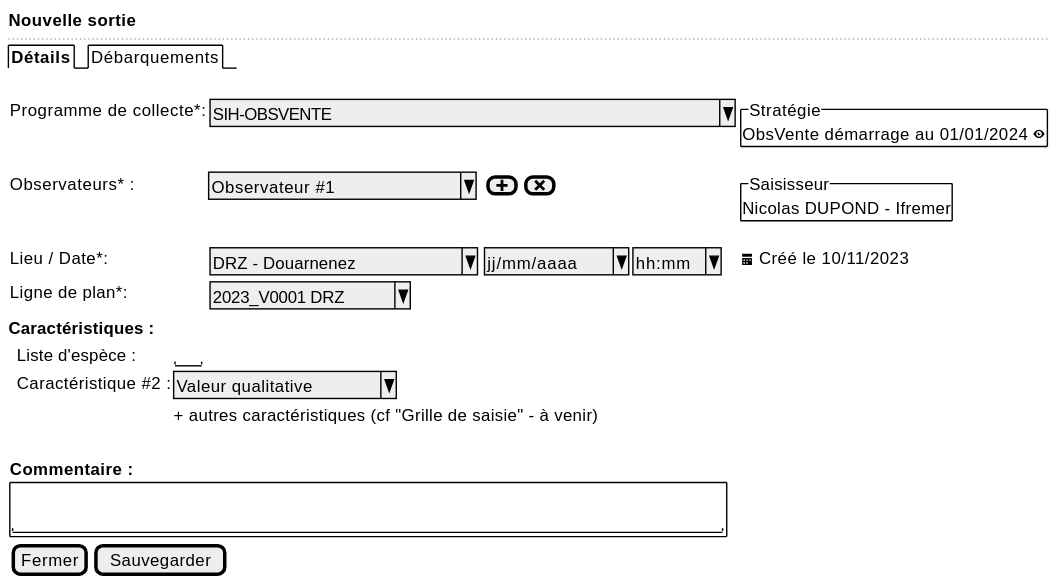
Earlier version of the PlantUML export projects/obsvente/spe/images/observed-location-new.svg (sumaris-net/sumaris-doc). Its source is kept beside it as projects/obsvente/spe/images/observed-location-new.puml.
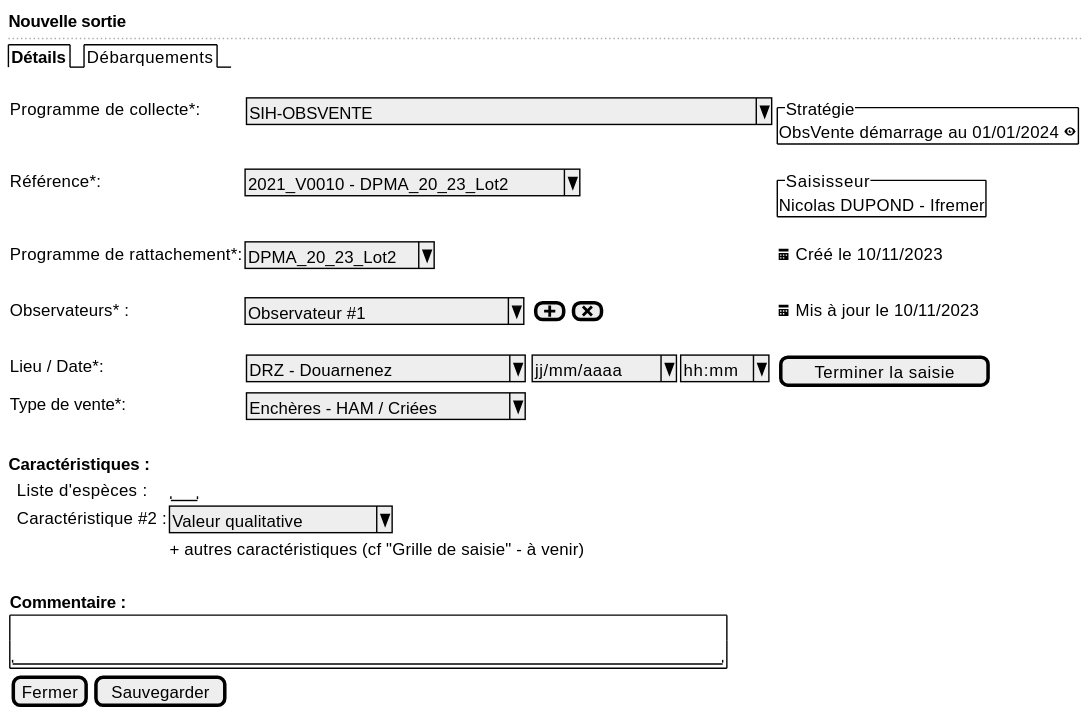
Above is the later version.

The edit, as a diff of the source:
```diff
@@ -7,22 +7,24 @@
   {
 
       Programme de collecte*:    | { ^SIH-OBSVENTE                                 ^ } | * | {^"Stratégie"
+                                                                                              ObsVente démarrage au 01/01/2024 <&eye> }
 
-      ObsVente démarrage au 01/01/2024 <&eye> }
+      Référence*: | ^2021_V0010 - DPMA_20_23_Lot2^ | * | {^"Saisisseur"
+                                                          Nicolas DUPOND - Ifremer  }
 
-      Observateurs* :            | ^ Observateur #1       ^ | { [<&plus>] | [<&x>] } | {^"Saisisseur"
-                                                                                               Nicolas DUPOND - Ifremer  }
-
-      Lieu / Date*:     | { ^DRZ - Douarnenez      ^ } | { ^ jj/mm/aaaa^  |  ^ hh:mm^ } | <&calendar> Créé le 10/11/2023
-
-      Ligne de plan*:     | { ^ 2023_V0001 DRZ ^ }
-
+      Programme de rattachement*: | ^DPMA_20_23_Lot2^ | * | <&calendar> Créé le 10/11/2023
+      .
+      Observateurs* :            | ^ Observateur #1        ^ | { [<&plus>] | [<&x>] } | <&calendar> Mis à jour le 10/11/2023
+      .
+      Lieu / Date*:     | { ^DRZ - Douarnenez       ^ } | { ^ jj/mm/aaaa^  |  ^ hh:mm^ } | [Terminer la saisie]
+      Type de vente*:   | { ^Enchères - HAM / Criées^}
+      .
   }
 
   <b>Caractéristiques :
 
   {
-      . | Liste d'espèce :      | "  "
+      . | Liste d'espèces :      | "  "
       . | Caractéristique #2 :  | ^Valeur qualitative^
       . | .                     | + autres caractéristiques (cf "Grille de saisie" - à venir)
       . | .
```
